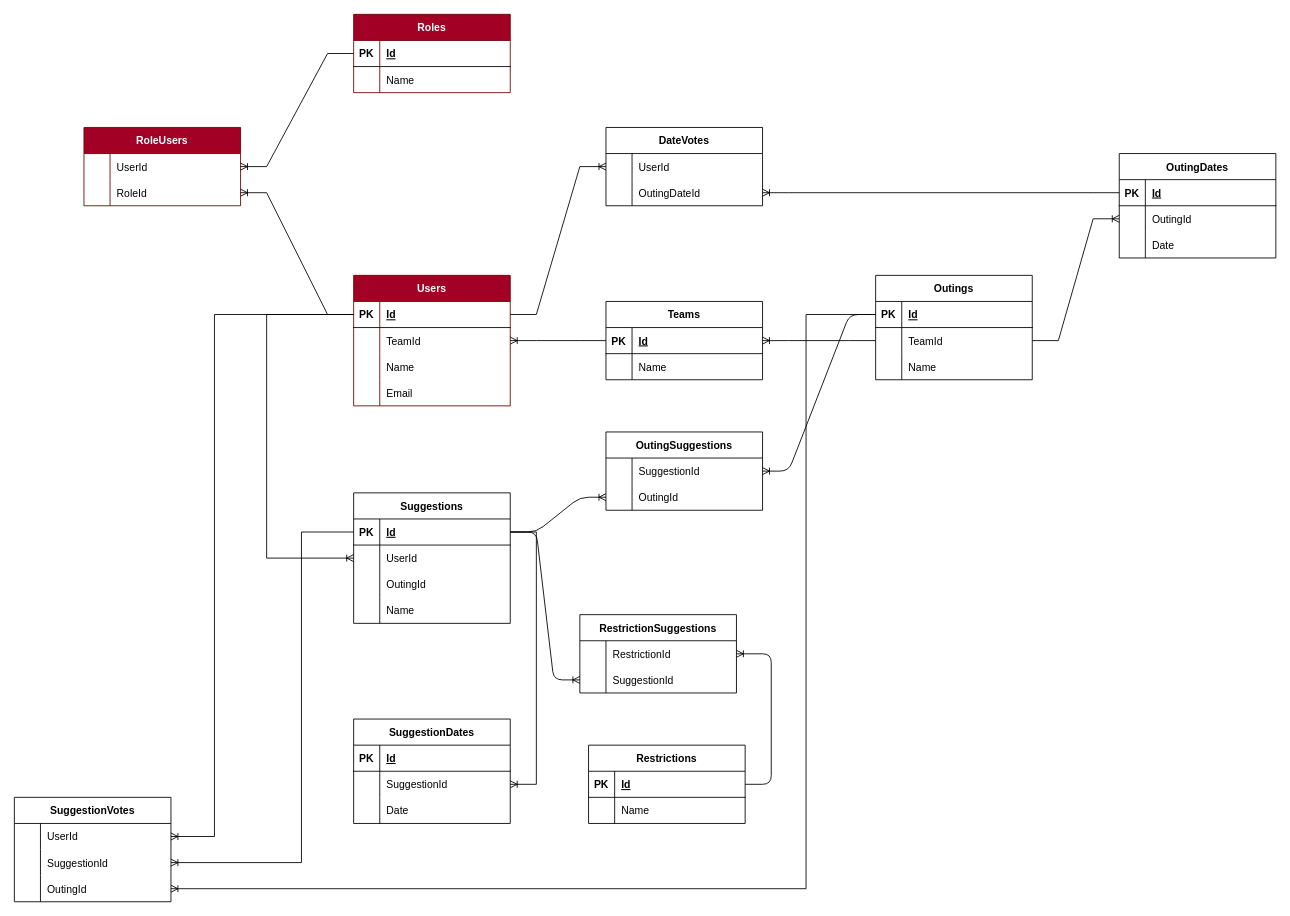
Above: docs/ERD.drawio in PS222407/cgi-talpa-groepsopdracht (draw.io), before the change. Source tidied: cells renumbered, new cells numbered last; positions are measured from the earlier drawing's top-left corner, leaving out a move shared by most shapes. Both pictures are drawn from the tidied source at 87%, with x=0, y=0 at pixel (14, 14).
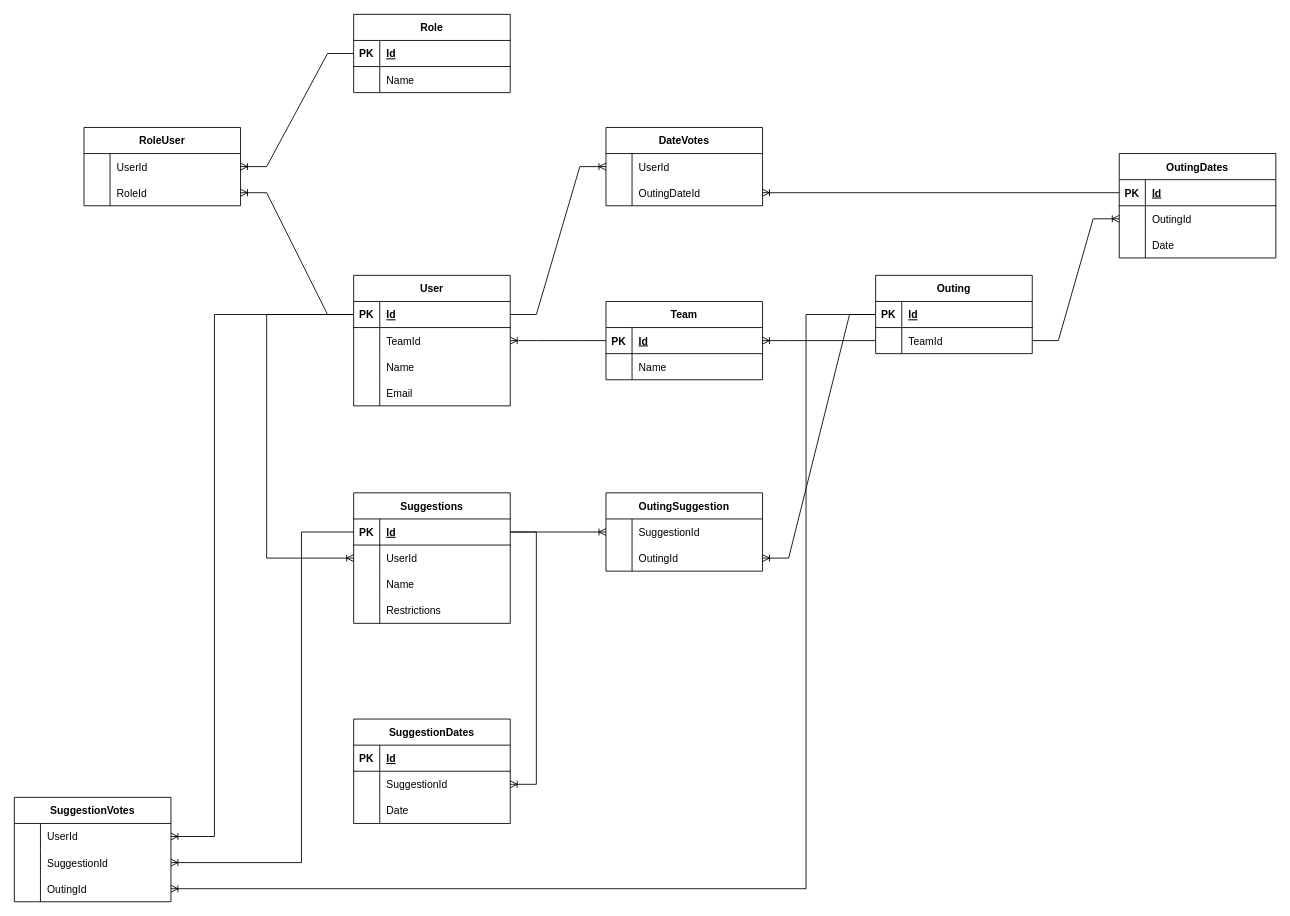
After the change.

The change refers to these unchanged cells:
```xml
<mxCell id="31" value="Suggestions" style="shape=table;startSize=30;childLayout=tableLayout;rowLines=0;fontStyle=1;align=center;rounded=0;" parent="1" vertex="1">
  <mxGeometry x="390" y="550" width="180" height="150" as="geometry" />
</mxCell>
<mxCell id="32" style="shape=tableRow;horizontal=0;startSize=0;swimlaneHead=0;swimlaneBody=0;fillColor=none;points=[[0,0.5],[1,0.5]];portConstraint=eastwest;top=0;left=0;right=0;bottom=1;rounded=0;" parent="31" vertex="1">
  <mxGeometry y="30" width="180" height="30" as="geometry" />
</mxCell>
<mxCell id="45" style="shape=tableRow;horizontal=0;startSize=0;swimlaneHead=0;swimlaneBody=0;fillColor=none;points=[[0,0.5],[1,0.5]];portConstraint=eastwest;top=0;left=0;right=0;bottom=1;rounded=0;" parent="44" vertex="1">
  <mxGeometry y="30" width="180" height="30" as="geometry" />
</mxCell>
<mxCell id="55" style="shape=tableRow;horizontal=0;startSize=0;swimlaneHead=0;swimlaneBody=0;fillColor=none;points=[[0,0.5],[1,0.5]];portConstraint=eastwest;top=0;left=0;right=0;bottom=1;rounded=0;" parent="54" vertex="1">
  <mxGeometry y="30" width="180" height="30" as="geometry" />
</mxCell>
<mxCell id="65" style="shape=tableRow;horizontal=0;startSize=0;swimlaneHead=0;swimlaneBody=0;fillColor=none;points=[[0,0.5],[1,0.5]];portConstraint=eastwest;top=0;left=0;right=0;bottom=0;rounded=0;" parent="61" vertex="1">
  <mxGeometry y="60" width="180" height="30" as="geometry" />
</mxCell>
```

Change to the diagram source:
```diff
@@
-    <mxCell id="2" value="Users" style="shape=table;startSize=30;childLayout=tableLayout;rowLines=0;fontStyle=1;align=center;rounded=0;fillColor=#a20025;fontColor=#ffffff;strokeColor=#6F0000;" parent="1" vertex="1">
+    <mxCell id="2" value="User" style="shape=table;startSize=30;childLayout=tableLayout;rowLines=0;fontStyle=1;align=center;rounded=0;" parent="1" vertex="1">
       <mxGeometry x="390" y="300" width="180" height="150" as="geometry" />
     </mxCell>
@@
-    <mxCell id="15" value="Roles" style="shape=table;startSize=30;childLayout=tableLayout;rowLines=0;fontStyle=1;align=center;rounded=0;fillColor=#a20025;fontColor=#ffffff;strokeColor=#6F0000;" parent="1" vertex="1">
+    <mxCell id="15" value="Role" style="shape=table;startSize=30;childLayout=tableLayout;rowLines=0;fontStyle=1;align=center;rounded=0;" parent="1" vertex="1">
       <mxGeometry x="390" width="180" height="90" as="geometry" />
     </mxCell>
@@
-    <mxCell id="22" value="RoleUsers" style="shape=table;startSize=30;childLayout=tableLayout;rowLines=0;fontStyle=1;align=center;rounded=0;fillColor=#a20025;fontColor=#ffffff;strokeColor=#6F0000;" parent="1" vertex="1">
+    <mxCell id="22" value="RoleUser" style="shape=table;startSize=30;childLayout=tableLayout;rowLines=0;fontStyle=1;align=center;rounded=0;" parent="1" vertex="1">
       <mxGeometry x="80" y="130" width="180" height="90" as="geometry" />
     </mxCell>
@@
-    <mxCell id="38" style="shape=tableRow;horizontal=0;startSize=0;swimlaneHead=0;swimlaneBody=0;fillColor=none;top=0;left=0;right=0;bottom=0;rounded=0;" parent="31" vertex="1">
-      <mxGeometry y="90" width="180" height="30" as="geometry" />
-    </mxCell>
-    <mxCell id="39" style="shape=partialRectangle;fillColor=none;top=0;left=0;bottom=0;right=0;overflow=hidden;rounded=0;" parent="38" vertex="1">
-      <mxGeometry width="30" height="30" as="geometry" />
-    </mxCell>
-    <mxCell id="40" value="OutingId" style="shape=partialRectangle;fillColor=none;top=0;left=0;bottom=0;right=0;align=left;spacingLeft=6;overflow=hidden;rounded=0;" parent="38" vertex="1">
-      <mxGeometry x="30" width="150" height="30" as="geometry" />
-    </mxCell>
     <mxCell id="41" style="shape=tableRow;horizontal=0;startSize=0;swimlaneHead=0;swimlaneBody=0;fillColor=none;top=0;left=0;right=0;bottom=0;rounded=0;" parent="31" vertex="1">
-      <mxGeometry y="120" width="180" height="30" as="geometry" />
+      <mxGeometry y="90" width="180" height="30" as="geometry" />
     </mxCell>
@@
+    <mxCell id="133" style="shape=tableRow;horizontal=0;startSize=0;swimlaneHead=0;swimlaneBody=0;fillColor=none;top=0;left=0;right=0;bottom=0;rounded=0;" parent="31" vertex="1">
+      <mxGeometry y="120" width="180" height="30" as="geometry" />
+    </mxCell>
+    <mxCell id="134" style="shape=partialRectangle;fillColor=none;top=0;left=0;bottom=0;right=0;overflow=hidden;rounded=0;" parent="133" vertex="1">
+      <mxGeometry width="30" height="30" as="geometry" />
+    </mxCell>
+    <mxCell id="115" value="Restrictions" style="shape=partialRectangle;fillColor=none;top=0;left=0;bottom=0;right=0;align=left;spacingLeft=6;overflow=hidden;rounded=0;" parent="133" vertex="1">
+      <mxGeometry x="30" width="150" height="30" as="geometry" />
+    </mxCell>
+    <mxCell id="135" value="OutingSuggestion" style="shape=table;startSize=30;childLayout=tableLayout;rowLines=0;fontStyle=1;align=center;rounded=0;" parent="1" vertex="1">
+      <mxGeometry x="680" y="550" width="180" height="90" as="geometry" />
+    </mxCell>
+    <mxCell id="136" style="shape=tableRow;horizontal=0;startSize=0;swimlaneHead=0;swimlaneBody=0;fillColor=none;points=[[0,0.5],[1,0.5]];portConstraint=eastwest;top=0;left=0;right=0;bottom=0;rounded=0;" parent="135" vertex="1">
+      <mxGeometry y="30" width="180" height="30" as="geometry" />
+    </mxCell>
+    <mxCell id="137" style="shape=partialRectangle;fillColor=none;top=0;left=0;bottom=0;right=0;overflow=hidden;rounded=0;" parent="136" vertex="1">
+      <mxGeometry width="30" height="30" as="geometry" />
+    </mxCell>
+    <mxCell id="138" value="SuggestionId" style="shape=partialRectangle;fillColor=none;top=0;left=0;bottom=0;right=0;align=left;spacingLeft=6;overflow=hidden;rounded=0;" parent="136" vertex="1">
+      <mxGeometry x="30" width="150" height="30" as="geometry" />
+    </mxCell>
+    <mxCell id="139" style="shape=tableRow;horizontal=0;startSize=0;swimlaneHead=0;swimlaneBody=0;fillColor=none;points=[[0,0.5],[1,0.5]];portConstraint=eastwest;top=0;left=0;right=0;bottom=0;rounded=0;" parent="135" vertex="1">
+      <mxGeometry y="60" width="180" height="30" as="geometry" />
+    </mxCell>
+    <mxCell id="140" style="shape=partialRectangle;fillColor=none;top=0;left=0;bottom=0;right=0;overflow=hidden;rounded=0;" parent="139" vertex="1">
+      <mxGeometry width="30" height="30" as="geometry" />
+    </mxCell>
+    <mxCell id="141" value="OutingId" style="shape=partialRectangle;fillColor=none;top=0;left=0;bottom=0;right=0;align=left;spacingLeft=6;overflow=hidden;rounded=0;" parent="139" vertex="1">
+      <mxGeometry x="30" width="150" height="30" as="geometry" />
+    </mxCell>
-    <mxCell id="44" value="Outings" style="shape=table;startSize=30;childLayout=tableLayout;rowLines=0;fontStyle=1;align=center;rounded=0;" parent="1" vertex="1">
-      <mxGeometry x="990" y="300" width="180" height="120" as="geometry" />
+    <mxCell id="44" value="Outing" style="shape=table;startSize=30;childLayout=tableLayout;rowLines=0;fontStyle=1;align=center;rounded=0;" parent="1" vertex="1">
+      <mxGeometry x="990" y="300" width="180" height="90" as="geometry" />
     </mxCell>
@@
-    <mxCell id="48" style="shape=tableRow;horizontal=0;startSize=0;swimlaneHead=0;swimlaneBody=0;fillColor=none;points=[[0,0.5],[1,0.5]];portConstraint=eastwest;top=0;left=0;right=0;bottom=0;rounded=0;" parent="44" vertex="1">
-      <mxGeometry y="60" width="180" height="30" as="geometry" />
-    </mxCell>
-    <mxCell id="49" style="shape=partialRectangle;fillColor=none;top=0;left=0;bottom=0;right=0;overflow=hidden;rounded=0;" parent="48" vertex="1">
-      <mxGeometry width="30" height="30" as="geometry" />
-    </mxCell>
-    <mxCell id="50" value="TeamId" style="shape=partialRectangle;fillColor=none;top=0;left=0;bottom=0;right=0;align=left;spacingLeft=6;overflow=hidden;rounded=0;" parent="48" vertex="1">
-      <mxGeometry x="30" width="150" height="30" as="geometry" />
-    </mxCell>
     <mxCell id="51" style="shape=tableRow;horizontal=0;startSize=0;swimlaneHead=0;swimlaneBody=0;fillColor=none;points=[[0,0.5],[1,0.5]];portConstraint=eastwest;top=0;left=0;right=0;bottom=0;rounded=0;" parent="44" vertex="1">
-      <mxGeometry y="90" width="180" height="30" as="geometry" />
+      <mxGeometry y="60" width="180" height="30" as="geometry" />
     </mxCell>
@@
-    <mxCell id="53" value="Name" style="shape=partialRectangle;fillColor=none;top=0;left=0;bottom=0;right=0;align=left;spacingLeft=6;overflow=hidden;rounded=0;" parent="51" vertex="1">
+    <mxCell id="53" value="TeamId" style="shape=partialRectangle;fillColor=none;top=0;left=0;bottom=0;right=0;align=left;spacingLeft=6;overflow=hidden;rounded=0;" parent="51" vertex="1">
       <mxGeometry x="30" width="150" height="30" as="geometry" />
     </mxCell>
-    <mxCell id="54" value="Teams" style="shape=table;startSize=30;childLayout=tableLayout;rowLines=0;fontStyle=1;align=center;rounded=0;" parent="1" vertex="1">
+    <mxCell id="54" value="Team" style="shape=table;startSize=30;childLayout=tableLayout;rowLines=0;fontStyle=1;align=center;rounded=0;" parent="1" vertex="1">
       <mxGeometry x="680" y="330" width="180" height="90" as="geometry" />
     </mxCell>
@@
+    <mxCell id="142" style="edgeStyle=entityRelationEdgeStyle;fontSize=12;html=1;endArrow=ERoneToMany;rounded=0;" parent="1" edge="1" source="45" target="139">
+      <mxGeometry relative="1" as="geometry" />
+    </mxCell>
@@
-    <mxCell id="81" style="edgeStyle=entityRelationEdgeStyle;fontSize=12;html=1;endArrow=ERoneToMany;rounded=0;" parent="1" edge="1" source="48" target="55">
+    <mxCell id="81" style="edgeStyle=entityRelationEdgeStyle;fontSize=12;html=1;endArrow=ERoneToMany;rounded=0;" parent="1" edge="1" source="51" target="55">
       <mxGeometry relative="1" as="geometry" />
     </mxCell>
+    <mxCell id="143" style="edgeStyle=entityRelationEdgeStyle;fontSize=12;html=1;endArrow=ERoneToMany;rounded=0;" parent="1" edge="1" source="32" target="136">
+      <mxGeometry relative="1" as="geometry" />
+    </mxCell>
-    <mxCell id="82" style="edgeStyle=entityRelationEdgeStyle;fontSize=12;html=1;endArrow=ERoneToMany;rounded=0;" parent="1" edge="1" source="48" target="65">
+    <mxCell id="82" style="edgeStyle=entityRelationEdgeStyle;fontSize=12;html=1;endArrow=ERoneToMany;rounded=0;" parent="1" edge="1" source="51" target="65">
       <mxGeometry relative="1" as="geometry" />
     </mxCell>
@@
-    <mxCell id="108" value="RestrictionSuggestions" style="shape=table;startSize=30;childLayout=tableLayout;rowLines=0;fontStyle=1;align=center;rounded=0;" parent="1" vertex="1">
-      <mxGeometry x="650" y="690" width="180" height="90" as="geometry" />
-    </mxCell>
-    <mxCell id="109" style="shape=tableRow;horizontal=0;startSize=0;swimlaneHead=0;swimlaneBody=0;fillColor=none;points=[[0,0.5],[1,0.5]];portConstraint=eastwest;top=0;left=0;right=0;bottom=0;rounded=0;" parent="108" vertex="1">
-      <mxGeometry y="30" width="180" height="30" as="geometry" />
-    </mxCell>
-    <mxCell id="110" style="shape=partialRectangle;fillColor=none;top=0;left=0;bottom=0;right=0;overflow=hidden;rounded=0;" parent="109" vertex="1">
-      <mxGeometry width="30" height="30" as="geometry" />
-    </mxCell>
-    <mxCell id="111" value="RestrictionId" style="shape=partialRectangle;fillColor=none;top=0;left=0;bottom=0;right=0;align=left;spacingLeft=6;overflow=hidden;rounded=0;" parent="109" vertex="1">
-      <mxGeometry x="30" width="150" height="30" as="geometry" />
-    </mxCell>
-    <mxCell id="112" style="shape=tableRow;horizontal=0;startSize=0;swimlaneHead=0;swimlaneBody=0;fillColor=none;points=[[0,0.5],[1,0.5]];portConstraint=eastwest;top=0;left=0;right=0;bottom=0;rounded=0;" parent="108" vertex="1">
-      <mxGeometry y="60" width="180" height="30" as="geometry" />
-    </mxCell>
-    <mxCell id="113" style="shape=partialRectangle;fillColor=none;top=0;left=0;bottom=0;right=0;overflow=hidden;rounded=0;" parent="112" vertex="1">
-      <mxGeometry width="30" height="30" as="geometry" />
-    </mxCell>
-    <mxCell id="114" value="SuggestionId" style="shape=partialRectangle;fillColor=none;top=0;left=0;bottom=0;right=0;align=left;spacingLeft=6;overflow=hidden;rounded=0;" parent="112" vertex="1">
-      <mxGeometry x="30" width="150" height="30" as="geometry" />
-    </mxCell>
-    <mxCell id="115" value="Restrictions" style="shape=table;startSize=30;childLayout=tableLayout;rowLines=0;fontStyle=1;align=center;rounded=0;" parent="1" vertex="1">
-      <mxGeometry x="660" y="840" width="180" height="90" as="geometry" />
-    </mxCell>
-    <mxCell id="116" style="shape=tableRow;horizontal=0;startSize=0;swimlaneHead=0;swimlaneBody=0;fillColor=none;points=[[0,0.5],[1,0.5]];portConstraint=eastwest;top=0;left=0;right=0;bottom=1;rounded=0;" parent="115" vertex="1">
-      <mxGeometry y="30" width="180" height="30" as="geometry" />
-    </mxCell>
-    <mxCell id="117" value="PK" style="shape=partialRectangle;fillColor=none;top=0;left=0;bottom=0;right=0;fontStyle=1;overflow=hidden;rounded=0;" parent="116" vertex="1">
-      <mxGeometry width="30" height="30" as="geometry" />
-    </mxCell>
-    <mxCell id="118" value="Id" style="shape=partialRectangle;fillColor=none;top=0;left=0;bottom=0;right=0;align=left;spacingLeft=6;fontStyle=5;overflow=hidden;rounded=0;" parent="116" vertex="1">
-      <mxGeometry x="30" width="150" height="30" as="geometry" />
-    </mxCell>
-    <mxCell id="119" style="shape=tableRow;horizontal=0;startSize=0;swimlaneHead=0;swimlaneBody=0;fillColor=none;top=0;left=0;right=0;bottom=0;rounded=0;" parent="115" vertex="1">
-      <mxGeometry y="60" width="180" height="30" as="geometry" />
-    </mxCell>
-    <mxCell id="120" style="shape=partialRectangle;fillColor=none;top=0;left=0;bottom=0;right=0;overflow=hidden;rounded=0;" parent="119" vertex="1">
-      <mxGeometry width="30" height="30" as="geometry" />
-    </mxCell>
-    <mxCell id="121" value="Name" style="shape=partialRectangle;fillColor=none;top=0;left=0;bottom=0;right=0;align=left;spacingLeft=6;overflow=hidden;rounded=0;" parent="119" vertex="1">
-      <mxGeometry x="30" width="150" height="30" as="geometry" />
-    </mxCell>
-    <mxCell id="122" style="edgeStyle=entityRelationEdgeStyle;fontSize=12;html=1;endArrow=ERoneToMany;" parent="1" edge="1" source="32" target="112">
-      <mxGeometry relative="1" as="geometry" />
-    </mxCell>
-    <mxCell id="123" style="edgeStyle=entityRelationEdgeStyle;fontSize=12;html=1;endArrow=ERoneToMany;" parent="1" edge="1" source="116" target="109">
-      <mxGeometry relative="1" as="geometry" />
-    </mxCell>
-    <mxCell id="124" value="OutingSuggestions" style="shape=table;startSize=30;childLayout=tableLayout;rowLines=0;fontStyle=1;align=center;rounded=0;" parent="1" vertex="1">
-      <mxGeometry x="680" y="480" width="180" height="90" as="geometry" />
-    </mxCell>
-    <mxCell id="125" style="shape=tableRow;horizontal=0;startSize=0;swimlaneHead=0;swimlaneBody=0;fillColor=none;points=[[0,0.5],[1,0.5]];portConstraint=eastwest;top=0;left=0;right=0;bottom=0;rounded=0;" parent="124" vertex="1">
-      <mxGeometry y="30" width="180" height="30" as="geometry" />
-    </mxCell>
-    <mxCell id="126" style="shape=partialRectangle;fillColor=none;top=0;left=0;bottom=0;right=0;overflow=hidden;rounded=0;" parent="125" vertex="1">
-      <mxGeometry width="30" height="30" as="geometry" />
-    </mxCell>
-    <mxCell id="127" value="SuggestionId" style="shape=partialRectangle;fillColor=none;top=0;left=0;bottom=0;right=0;align=left;spacingLeft=6;overflow=hidden;rounded=0;" parent="125" vertex="1">
-      <mxGeometry x="30" width="150" height="30" as="geometry" />
-    </mxCell>
-    <mxCell id="128" style="shape=tableRow;horizontal=0;startSize=0;swimlaneHead=0;swimlaneBody=0;fillColor=none;points=[[0,0.5],[1,0.5]];portConstraint=eastwest;top=0;left=0;right=0;bottom=0;rounded=0;" parent="124" vertex="1">
-      <mxGeometry y="60" width="180" height="30" as="geometry" />
-    </mxCell>
-    <mxCell id="129" style="shape=partialRectangle;fillColor=none;top=0;left=0;bottom=0;right=0;overflow=hidden;rounded=0;" parent="128" vertex="1">
-      <mxGeometry width="30" height="30" as="geometry" />
-    </mxCell>
-    <mxCell id="130" value="OutingId" style="shape=partialRectangle;fillColor=none;top=0;left=0;bottom=0;right=0;align=left;spacingLeft=6;overflow=hidden;rounded=0;" parent="128" vertex="1">
-      <mxGeometry x="30" width="150" height="30" as="geometry" />
-    </mxCell>
-    <mxCell id="131" style="edgeStyle=entityRelationEdgeStyle;fontSize=12;html=1;endArrow=ERoneToMany;" parent="1" edge="1" source="32" target="128">
-      <mxGeometry relative="1" as="geometry" />
-    </mxCell>
-    <mxCell id="132" style="edgeStyle=entityRelationEdgeStyle;fontSize=12;html=1;endArrow=ERoneToMany;" parent="1" edge="1" source="45" target="125">
-      <mxGeometry relative="1" as="geometry" />
-    </mxCell>
```
